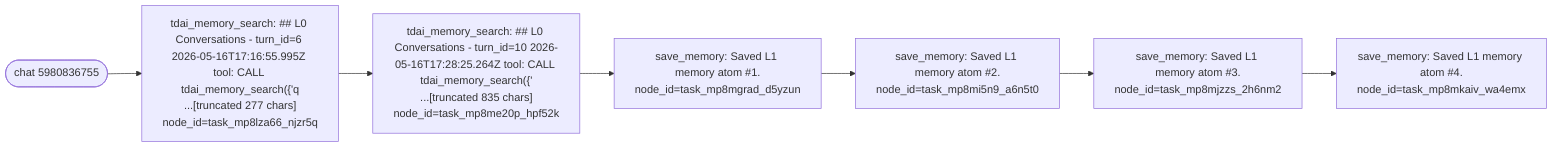
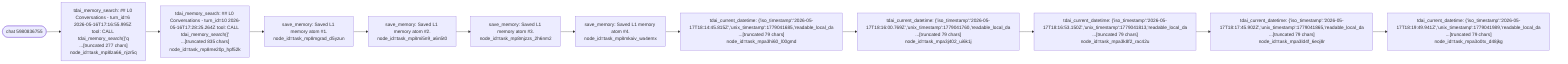
graph LR
  Start([chat 5980836755])
  task_mp8lza66_njzr5q["tdai_memory_search: ## L0 Conversations - turn_id=6 2026-05-16T17:16:55.995Z tool: CALL tdai_memory_search({'q
...[truncated 277 chars]<br/>node_id=task_mp8lza66_njzr5q"]
  Start --> task_mp8lza66_njzr5q
  task_mp8me20p_hpf52k["tdai_memory_search: ## L0 Conversations - turn_id=10 2026-05-16T17:28:25.264Z tool: CALL tdai_memory_search({'
...[truncated 835 chars]<br/>node_id=task_mp8me20p_hpf52k"]
  task_mp8lza66_njzr5q --> task_mp8me20p_hpf52k
  task_mp8mgrad_d5yzun["save_memory: Saved L1 memory atom #1.<br/>node_id=task_mp8mgrad_d5yzun"]
  task_mp8me20p_hpf52k --> task_mp8mgrad_d5yzun
  task_mp8mi5n9_a6n5t0["save_memory: Saved L1 memory atom #2.<br/>node_id=task_mp8mi5n9_a6n5t0"]
  task_mp8mgrad_d5yzun --> task_mp8mi5n9_a6n5t0
  task_mp8mjzzs_2h6nm2["save_memory: Saved L1 memory atom #3.<br/>node_id=task_mp8mjzzs_2h6nm2"]
  task_mp8mi5n9_a6n5t0 --> task_mp8mjzzs_2h6nm2
  task_mp8mkaiv_wa4emx["save_memory: Saved L1 memory atom #4.<br/>node_id=task_mp8mkaiv_wa4emx"]
  task_mp8mjzzs_2h6nm2 --> task_mp8mkaiv_wa4emx
+   task_mpa3hi60_l00gmd["tdai_current_datetime: {'iso_timestamp':'2026-05-17T18:14:45.815Z','unix_timestamp':1779041685,'readable_local_da
+ ...[truncated 79 chars]<br/>node_id=task_mpa3hi60_l00gmd"]
+   task_mp8mkaiv_wa4emx --> task_mpa3hi60_l00gmd
+   task_mpa3j402_ui6k1j["tdai_current_datetime: {'iso_timestamp':'2026-05-17T18:16:00.769Z','unix_timestamp':1779041760,'readable_local_da
+ ...[truncated 79 chars]<br/>node_id=task_mpa3j402_ui6k1j"]
+   task_mpa3hi60_l00gmd --> task_mpa3j402_ui6k1j
+   task_mpa3k8f2_rac42u["tdai_current_datetime: {'iso_timestamp':'2026-05-17T18:16:53.150Z','unix_timestamp':1779041813,'readable_local_da
+ ...[truncated 79 chars]<br/>node_id=task_mpa3k8f2_rac42u"]
+   task_mpa3j402_ui6k1j --> task_mpa3k8f2_rac42u
+   task_mpa3ld4f_6eoj8r["tdai_current_datetime: {'iso_timestamp':'2026-05-17T18:17:45.902Z','unix_timestamp':1779041865,'readable_local_da
+ ...[truncated 79 chars]<br/>node_id=task_mpa3ld4f_6eoj8r"]
+   task_mpa3k8f2_rac42u --> task_mpa3ld4f_6eoj8r
+   task_mpa3o0tx_d48jkg["tdai_current_datetime: {'iso_timestamp':'2026-05-17T18:19:49.941Z','unix_timestamp':1779041989,'readable_local_da
+ ...[truncated 79 chars]<br/>node_id=task_mpa3o0tx_d48jkg"]
+   task_mpa3ld4f_6eoj8r --> task_mpa3o0tx_d48jkg
